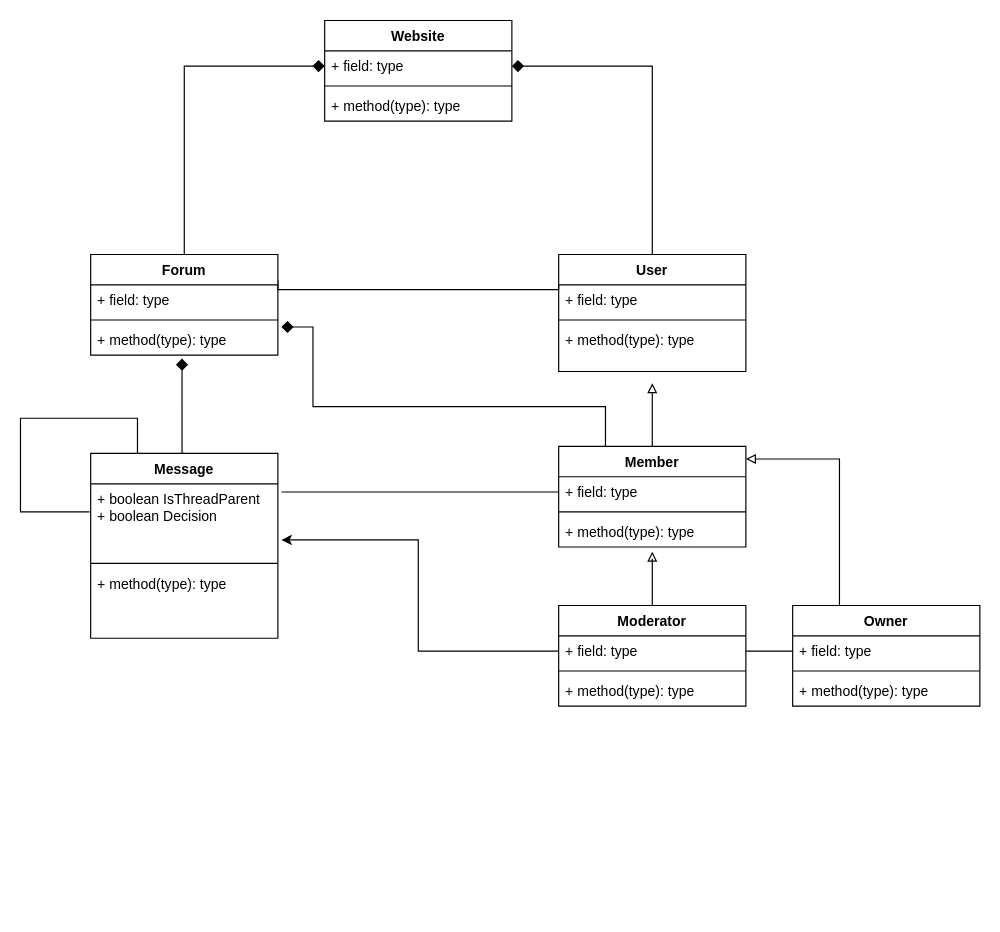
AlexSWoo/UML keeps this draw.io diagram as UML Forum Assignment.drawio. Above is the earlier version. Source tidied: cells renumbered, new cells numbered last; positions are measured from the earlier drawing's top-left corner, leaving out a move shared by most shapes. Both pictures are drawn from the tidied source at 117%, with x=0, y=0 at pixel (20, 20).
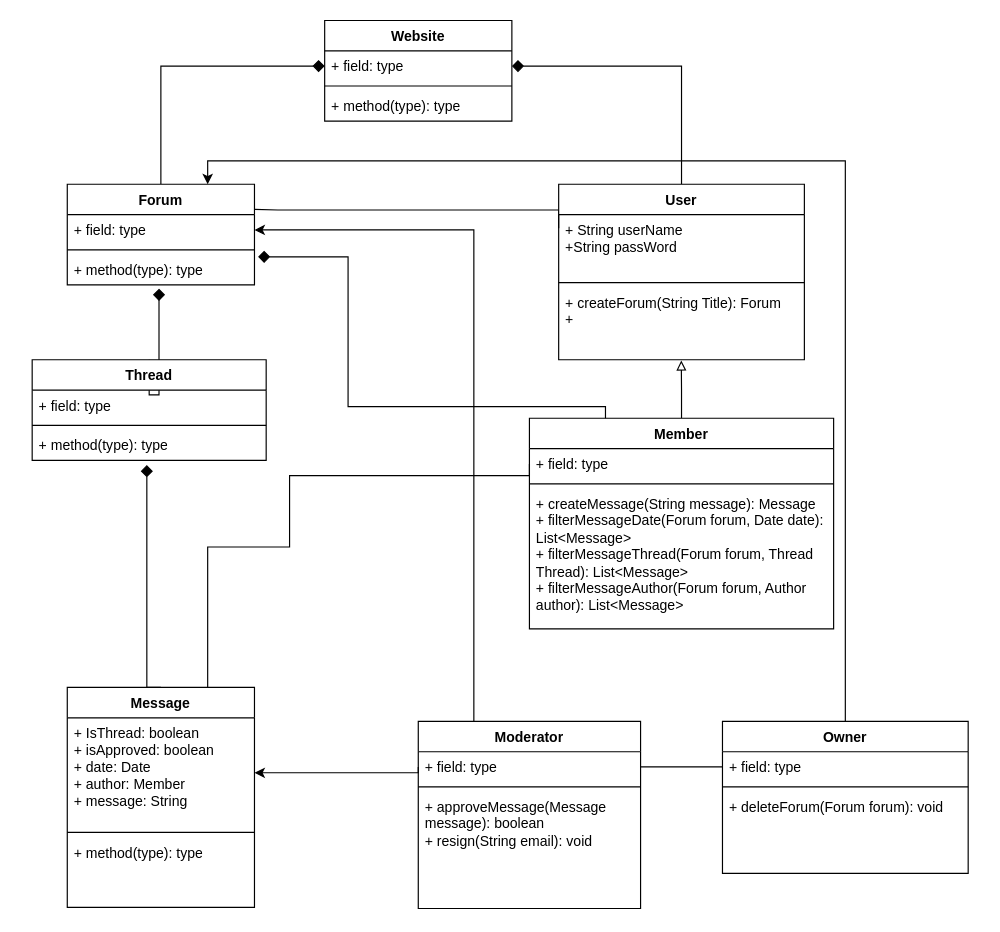
The same diagram, later.

Unchanged cells that the change refers to:
```xml
<mxCell id="27" value="+ field: type" style="text;strokeColor=none;fillColor=none;align=left;verticalAlign=top;spacingLeft=4;spacingRight=4;overflow=hidden;points=[[0,0.5],[1,0.5]];portConstraint=eastwest;whiteSpace=wrap;html=1;" parent="26" vertex="1">
  <mxGeometry y="26" width="160" height="26" as="geometry" />
</mxCell>
<mxCell id="29" value="+ method(type): type" style="text;strokeColor=none;fillColor=none;align=left;verticalAlign=top;spacingLeft=4;spacingRight=4;overflow=hidden;points=[[0,0.5],[1,0.5]];portConstraint=eastwest;whiteSpace=wrap;html=1;" parent="26" vertex="1">
  <mxGeometry y="60" width="160" height="26" as="geometry" />
</mxCell>
```

The edit, as a diff of the source:
```diff
@@
     <mxCell id="7" style="edgeStyle=orthogonalEdgeStyle;rounded=0;jettySize=auto;html=1;exitX=0;exitY=0.25;exitDx=0;exitDy=0;entryX=1;entryY=0.25;entryDx=0;entryDy=0;endArrow=none;endFill=0;" parent="1" edge="1" source="8" target="26">
       <mxGeometry relative="1" as="geometry">
         <Array as="points">
-          <mxPoint x="460" y="230" />
-          <mxPoint x="220" y="230" />
+          <mxPoint x="460" y="162" />
+          <mxPoint x="220" y="162" />
         </Array>
       </mxGeometry>
     </mxCell>
     <mxCell id="8" value="User" style="swimlane;fontStyle=1;align=center;verticalAlign=top;horizontal=1;startSize=26;whiteSpace=wrap;html=1;" parent="1" vertex="1">
-      <mxGeometry x="460" y="200" width="160" height="100" as="geometry" />
+      <mxGeometry x="460" y="140" width="210" height="150" as="geometry" />
     </mxCell>
-    <mxCell id="9" value="+ field: type" style="text;strokeColor=none;fillColor=none;align=left;verticalAlign=top;spacingLeft=4;spacingRight=4;overflow=hidden;whiteSpace=wrap;html=1;" parent="8" vertex="1">
-      <mxGeometry y="26" width="160" height="26" as="geometry" />
+    <mxCell id="9" value="+ String userName&lt;br&gt;+String passWord" style="text;strokeColor=none;fillColor=none;align=left;verticalAlign=top;spacingLeft=4;spacingRight=4;overflow=hidden;whiteSpace=wrap;html=1;" parent="8" vertex="1">
+      <mxGeometry y="26" width="210" height="54" as="geometry" />
     </mxCell>
     <mxCell id="10" style="line;strokeWidth=1;fillColor=none;align=left;verticalAlign=middle;spacingTop=-1;spacingLeft=3;spacingRight=3;labelPosition=right;strokeColor=inherit;" parent="8" vertex="1">
-      <mxGeometry y="52" width="160" height="8" as="geometry" />
+      <mxGeometry y="80" width="210" height="8" as="geometry" />
     </mxCell>
-    <mxCell id="11" value="+ method(type): type" style="text;strokeColor=none;fillColor=none;align=left;verticalAlign=top;spacingLeft=4;spacingRight=4;overflow=hidden;points=[[0,0.5],[1,0.5]];portConstraint=eastwest;whiteSpace=wrap;html=1;" parent="8" vertex="1">
-      <mxGeometry y="60" width="160" height="40" as="geometry" />
+    <mxCell id="11" value="+ createForum(String Title): Forum&lt;br&gt;+" style="text;strokeColor=none;fillColor=none;align=left;verticalAlign=top;spacingLeft=4;spacingRight=4;overflow=hidden;points=[[0,0.5],[1,0.5]];portConstraint=eastwest;whiteSpace=wrap;html=1;" parent="8" vertex="1">
+      <mxGeometry y="88" width="210" height="62" as="geometry" />
     </mxCell>
-    <mxCell id="12" style="edgeStyle=orthogonalEdgeStyle;rounded=0;jettySize=auto;html=1;exitX=0.5;exitY=0;exitDx=0;exitDy=0;endArrow=block;endFill=0;" parent="1" edge="1" source="13">
-      <mxGeometry relative="1" as="geometry">
-        <mxPoint x="540" y="310" as="targetPoint" />
-      </mxGeometry>
+    <mxCell id="12" style="edgeStyle=orthogonalEdgeStyle;rounded=0;jettySize=auto;html=1;exitX=0.5;exitY=0;exitDx=0;exitDy=0;endArrow=block;endFill=0;entryX=0.499;entryY=1.01;entryDx=0;entryDy=0;entryPerimeter=0;" parent="1" edge="1" source="13" target="11">
+      <mxGeometry relative="1" as="geometry" />
     </mxCell>
     <mxCell id="13" value="Member&lt;br&gt;" style="swimlane;fontStyle=1;align=center;verticalAlign=top;horizontal=1;startSize=26;whiteSpace=wrap;html=1;" parent="1" vertex="1">
-      <mxGeometry x="460" y="364" width="160" height="86" as="geometry" />
+      <mxGeometry x="435" y="340" width="260" height="180" as="geometry" />
     </mxCell>
     <mxCell id="14" value="+ field: type" style="text;strokeColor=none;fillColor=none;align=left;verticalAlign=top;spacingLeft=4;spacingRight=4;overflow=hidden;points=[[0,0.5],[1,0.5]];portConstraint=eastwest;whiteSpace=wrap;html=1;" parent="13" vertex="1">
-      <mxGeometry y="26" width="160" height="26" as="geometry" />
+      <mxGeometry y="26" width="260" height="26" as="geometry" />
     </mxCell>
     <mxCell id="15" style="line;strokeWidth=1;fillColor=none;align=left;verticalAlign=middle;spacingTop=-1;spacingLeft=3;spacingRight=3;labelPosition=right;strokeColor=inherit;" parent="13" vertex="1">
-      <mxGeometry y="52" width="160" height="8" as="geometry" />
+      <mxGeometry y="52" width="260" height="8" as="geometry" />
     </mxCell>
-    <mxCell id="16" value="+ method(type): type" style="text;strokeColor=none;fillColor=none;align=left;verticalAlign=top;spacingLeft=4;spacingRight=4;overflow=hidden;points=[[0,0.5],[1,0.5]];portConstraint=eastwest;whiteSpace=wrap;html=1;" parent="13" vertex="1">
-      <mxGeometry y="60" width="160" height="26" as="geometry" />
+    <mxCell id="16" value="+ createMessage(String message): Message&lt;br&gt;+ filterMessageDate(Forum forum, Date date): List&amp;lt;Message&amp;gt;&amp;nbsp;&lt;br&gt;+ filterMessageThread(Forum forum, Thread Thread): List&amp;lt;Message&amp;gt;&lt;br&gt;+ filterMessageAuthor(Forum forum, Author author): List&amp;lt;Message&amp;gt;&lt;br&gt;" style="text;strokeColor=none;fillColor=none;align=left;verticalAlign=top;spacingLeft=4;spacingRight=4;overflow=hidden;points=[[0,0.5],[1,0.5]];portConstraint=eastwest;whiteSpace=wrap;html=1;" parent="13" vertex="1">
+      <mxGeometry y="60" width="260" height="120" as="geometry" />
     </mxCell>
+    <mxCell id="42" style="edgeStyle=orthogonalEdgeStyle;rounded=0;jettySize=auto;html=1;exitX=0.5;exitY=0;exitDx=0;exitDy=0;entryX=0.75;entryY=0;entryDx=0;entryDy=0;verticalAlign=top;" parent="1" edge="1" source="17" target="26">
+      <mxGeometry relative="1" as="geometry" />
+    </mxCell>
     <mxCell id="17" value="Owner" style="swimlane;fontStyle=1;align=center;verticalAlign=top;horizontal=1;startSize=26;whiteSpace=wrap;html=1;" parent="1" vertex="1">
-      <mxGeometry x="660" y="500" width="160" height="86" as="geometry" />
+      <mxGeometry x="600" y="599" width="210" height="130" as="geometry" />
     </mxCell>
     <mxCell id="18" value="+ field: type" style="text;strokeColor=none;fillColor=none;align=left;verticalAlign=top;spacingLeft=4;spacingRight=4;overflow=hidden;points=[[0,0.5],[1,0.5]];portConstraint=eastwest;whiteSpace=wrap;html=1;" parent="17" vertex="1">
-      <mxGeometry y="26" width="160" height="26" as="geometry" />
+      <mxGeometry y="26" width="210" height="26" as="geometry" />
     </mxCell>
     <mxCell id="19" style="line;strokeWidth=1;fillColor=none;align=left;verticalAlign=middle;spacingTop=-1;spacingLeft=3;spacingRight=3;labelPosition=right;strokeColor=inherit;" parent="17" vertex="1">
-      <mxGeometry y="52" width="160" height="8" as="geometry" />
+      <mxGeometry y="52" width="210" height="8" as="geometry" />
     </mxCell>
-    <mxCell id="20" value="+ method(type): type" style="text;strokeColor=none;fillColor=none;align=left;verticalAlign=top;spacingLeft=4;spacingRight=4;overflow=hidden;whiteSpace=wrap;html=1;" parent="17" vertex="1">
-      <mxGeometry y="60" width="160" height="26" as="geometry" />
+    <mxCell id="20" value="+ deleteForum(Forum forum): void&lt;br&gt;" style="text;strokeColor=none;fillColor=none;align=left;verticalAlign=top;spacingLeft=4;spacingRight=4;overflow=hidden;whiteSpace=wrap;html=1;" parent="17" vertex="1">
+      <mxGeometry y="60" width="210" height="70" as="geometry" />
     </mxCell>
+    <mxCell id="43" style="edgeStyle=orthogonalEdgeStyle;rounded=0;jettySize=auto;html=1;exitX=0.25;exitY=0;exitDx=0;exitDy=0;entryX=1;entryY=0.5;entryDx=0;entryDy=0;" parent="1" edge="1" source="21" target="27">
+      <mxGeometry relative="1" as="geometry" />
+    </mxCell>
     <mxCell id="21" value="Moderator" style="swimlane;fontStyle=1;align=center;verticalAlign=top;horizontal=1;startSize=26;whiteSpace=wrap;html=1;" parent="1" vertex="1">
-      <mxGeometry x="460" y="500" width="160" height="86" as="geometry" />
+      <mxGeometry x="340" y="599" width="190" height="160" as="geometry" />
     </mxCell>
     <mxCell id="22" value="+ field: type" style="text;strokeColor=none;fillColor=none;align=left;verticalAlign=top;spacingLeft=4;spacingRight=4;overflow=hidden;points=[[0,0.5],[1,0.5]];portConstraint=eastwest;whiteSpace=wrap;html=1;" parent="21" vertex="1">
-      <mxGeometry y="26" width="160" height="26" as="geometry" />
+      <mxGeometry y="26" width="190" height="26" as="geometry" />
     </mxCell>
     <mxCell id="23" style="line;strokeWidth=1;fillColor=none;align=left;verticalAlign=middle;spacingTop=-1;spacingLeft=3;spacingRight=3;labelPosition=right;strokeColor=inherit;" parent="21" vertex="1">
-      <mxGeometry y="52" width="160" height="8" as="geometry" />
+      <mxGeometry y="52" width="190" height="8" as="geometry" />
     </mxCell>
-    <mxCell id="24" value="+ method(type): type" style="text;strokeColor=none;fillColor=none;align=left;verticalAlign=top;spacingLeft=4;spacingRight=4;overflow=hidden;whiteSpace=wrap;html=1;" parent="21" vertex="1">
-      <mxGeometry y="60" width="160" height="26" as="geometry" />
+    <mxCell id="24" value="+ approveMessage(Message message): boolean&lt;br&gt;+ resign(String email): void&lt;br&gt;" style="text;strokeColor=none;fillColor=none;align=left;verticalAlign=top;spacingLeft=4;spacingRight=4;overflow=hidden;whiteSpace=wrap;html=1;" parent="21" vertex="1">
+      <mxGeometry y="60" width="190" height="100" as="geometry" />
     </mxCell>
@@
     <mxCell id="26" value="Forum" style="swimlane;fontStyle=1;align=center;verticalAlign=top;horizontal=1;startSize=26;whiteSpace=wrap;html=1;" parent="1" vertex="1">
-      <mxGeometry x="60" y="200" width="160" height="86" as="geometry" />
+      <mxGeometry x="40" y="140" width="160" height="86" as="geometry" />
     </mxCell>
@@
     <mxCell id="30" value="Message" style="swimlane;fontStyle=1;align=center;verticalAlign=top;horizontal=1;startSize=26;whiteSpace=wrap;html=1;" parent="1" vertex="1">
-      <mxGeometry x="60" y="370" width="160" height="158" as="geometry" />
+      <mxGeometry x="40" y="570" width="160" height="188" as="geometry" />
     </mxCell>
-    <mxCell id="31" value="+ boolean IsThreadParent&lt;br&gt;+ boolean Decision" style="text;strokeColor=none;fillColor=none;align=left;verticalAlign=top;spacingLeft=4;spacingRight=4;overflow=hidden;points=[[0,0.5],[1,0.5]];portConstraint=eastwest;whiteSpace=wrap;html=1;" parent="30" vertex="1">
-      <mxGeometry y="26" width="160" height="64" as="geometry" />
+    <mxCell id="31" value="+ IsThread: boolean&lt;br&gt;+ isApproved: boolean&lt;br&gt;+ date: Date&lt;br&gt;+ author: Member&lt;br&gt;+ message: String" style="text;strokeColor=none;fillColor=none;align=left;verticalAlign=top;spacingLeft=4;spacingRight=4;overflow=hidden;points=[[0,0.5],[1,0.5]];portConstraint=eastwest;whiteSpace=wrap;html=1;" parent="30" vertex="1">
+      <mxGeometry y="26" width="160" height="94" as="geometry" />
     </mxCell>
     <mxCell id="32" style="line;strokeWidth=1;fillColor=none;align=left;verticalAlign=middle;spacingTop=-1;spacingLeft=3;spacingRight=3;labelPosition=right;strokeColor=inherit;" parent="30" vertex="1">
-      <mxGeometry y="90" width="160" height="8" as="geometry" />
+      <mxGeometry y="120" width="160" height="8" as="geometry" />
     </mxCell>
     <mxCell id="33" value="+ method(type): type" style="text;strokeColor=none;fillColor=none;align=left;verticalAlign=top;spacingLeft=4;spacingRight=4;overflow=hidden;whiteSpace=wrap;html=1;" parent="30" vertex="1">
-      <mxGeometry y="98" width="160" height="60" as="geometry" />
+      <mxGeometry y="128" width="160" height="60" as="geometry" />
     </mxCell>
-    <mxCell id="34" style="edgeStyle=orthogonalEdgeStyle;rounded=0;jettySize=auto;html=1;exitX=0.25;exitY=0;exitDx=0;exitDy=0;entryX=-0.006;entryY=0.375;entryDx=0;entryDy=0;entryPerimeter=0;endArrow=none;endFill=0;" parent="30" edge="1" source="30" target="31">
-      <mxGeometry relative="1" as="geometry">
-        <Array as="points">
-          <mxPoint x="40" y="-30" />
-          <mxPoint x="-60" y="-30" />
-          <mxPoint x="-60" y="50" />
-        </Array>
-      </mxGeometry>
-    </mxCell>
-    <mxCell id="35" style="edgeStyle=orthogonalEdgeStyle;rounded=0;jettySize=auto;html=1;exitX=0.5;exitY=0;exitDx=0;exitDy=0;entryX=0.488;entryY=1.115;entryDx=0;entryDy=0;entryPerimeter=0;endArrow=diamond;endFill=1;endSize=8;" parent="1" edge="1" source="30" target="29">
+    <mxCell id="35" style="edgeStyle=orthogonalEdgeStyle;rounded=0;jettySize=auto;html=1;exitX=0.5;exitY=0;exitDx=0;exitDy=0;endArrow=diamond;endFill=1;endSize=8;entryX=0.49;entryY=1.125;entryDx=0;entryDy=0;entryPerimeter=0;" parent="1" edge="1" source="45" target="29">
       <mxGeometry relative="1" as="geometry">
         <Array as="points">
-          <mxPoint x="138" y="370" />
+          <mxPoint x="118" y="320" />
         </Array>
       </mxGeometry>
     </mxCell>
-    <mxCell id="36" style="edgeStyle=orthogonalEdgeStyle;rounded=0;jettySize=auto;html=1;exitX=0.5;exitY=0;exitDx=0;exitDy=0;entryX=0.5;entryY=1.154;entryDx=0;entryDy=0;entryPerimeter=0;endArrow=block;endFill=0;" parent="1" edge="1" source="21" target="16">
-      <mxGeometry relative="1" as="geometry">
-        <Array as="points">
-          <mxPoint x="540" y="460" />
-          <mxPoint x="540" y="460" />
-        </Array>
-      </mxGeometry>
-    </mxCell>
-    <mxCell id="37" style="edgeStyle=orthogonalEdgeStyle;rounded=0;jettySize=auto;html=1;exitX=0;exitY=0.5;exitDx=0;exitDy=0;entryX=1.019;entryY=0.109;entryDx=0;entryDy=0;entryPerimeter=0;endArrow=none;endFill=0;" parent="1" edge="1" source="14" target="31">
-      <mxGeometry relative="1" as="geometry" />
-    </mxCell>
-    <mxCell id="38" style="edgeStyle=orthogonalEdgeStyle;rounded=0;jettySize=auto;html=1;exitX=0;exitY=0.5;exitDx=0;exitDy=0;entryX=1.019;entryY=0.75;entryDx=0;entryDy=0;entryPerimeter=0;" parent="1" edge="1" source="22" target="31">
-      <mxGeometry relative="1" as="geometry" />
-    </mxCell>
     <mxCell id="39" style="edgeStyle=orthogonalEdgeStyle;rounded=0;jettySize=auto;html=1;exitX=0.25;exitY=0;exitDx=0;exitDy=0;entryX=1.019;entryY=0.077;entryDx=0;entryDy=0;entryPerimeter=0;endArrow=diamond;endFill=1;endSize=8;" parent="1" edge="1" source="13" target="29">
       <mxGeometry relative="1" as="geometry">
         <Array as="points">
           <mxPoint x="500" y="330" />
-          <mxPoint x="250" y="330" />
-          <mxPoint x="250" y="262" />
+          <mxPoint x="280" y="330" />
+          <mxPoint x="280" y="202" />
         </Array>
       </mxGeometry>
     </mxCell>
@@
-    <mxCell id="41" style="edgeStyle=orthogonalEdgeStyle;rounded=0;jettySize=auto;html=1;exitX=0.25;exitY=0;exitDx=0;exitDy=0;entryX=1;entryY=0.126;entryDx=0;entryDy=0;entryPerimeter=0;endArrow=block;endFill=0;" parent="1" edge="1" source="17" target="13">
-      <mxGeometry relative="1" as="geometry" />
-    </mxCell>
+    <mxCell id="44" style="edgeStyle=orthogonalEdgeStyle;rounded=0;jettySize=auto;html=1;exitX=0.5;exitY=0;exitDx=0;exitDy=0;endArrow=diamond;endFill=1;endSize=8;" parent="1" edge="1" source="30">
+      <mxGeometry relative="1" as="geometry">
+        <mxPoint x="108" y="380" as="targetPoint" />
+        <Array as="points">
+          <mxPoint x="108" y="570" />
+        </Array>
+      </mxGeometry>
+    </mxCell>
+    <mxCell id="45" value="Thread" style="swimlane;fontStyle=1;align=center;verticalAlign=top;horizontal=1;startSize=26;whiteSpace=wrap;html=1;" parent="1" vertex="1">
+      <mxGeometry x="10" y="290" width="200" height="86" as="geometry" />
+    </mxCell>
+    <mxCell id="46" value="+ field: type" style="text;strokeColor=none;fillColor=none;align=left;verticalAlign=top;spacingLeft=4;spacingRight=4;overflow=hidden;whiteSpace=wrap;html=1;" parent="45" vertex="1">
+      <mxGeometry y="26" width="200" height="26" as="geometry" />
+    </mxCell>
+    <mxCell id="47" style="line;strokeWidth=1;fillColor=none;align=left;verticalAlign=middle;spacingTop=-1;spacingLeft=3;spacingRight=3;labelPosition=right;strokeColor=inherit;" parent="45" vertex="1">
+      <mxGeometry y="52" width="200" height="8" as="geometry" />
+    </mxCell>
+    <mxCell id="48" value="+ method(type): type" style="text;strokeColor=none;fillColor=none;align=left;verticalAlign=top;spacingLeft=4;spacingRight=4;overflow=hidden;whiteSpace=wrap;html=1;" parent="45" vertex="1">
+      <mxGeometry y="60" width="200" height="26" as="geometry" />
+    </mxCell>
+    <mxCell id="49" style="edgeStyle=orthogonalEdgeStyle;rounded=0;jettySize=auto;html=1;exitX=0;exitY=0.5;exitDx=0;exitDy=0;entryX=0.75;entryY=0;entryDx=0;entryDy=0;endArrow=none;endFill=0;" parent="1" edge="1" source="14" target="30">
+      <mxGeometry relative="1" as="geometry">
+        <Array as="points">
+          <mxPoint x="230" y="389" />
+          <mxPoint x="230" y="450" />
+          <mxPoint x="160" y="450" />
+        </Array>
+      </mxGeometry>
+    </mxCell>
+    <mxCell id="38" style="edgeStyle=orthogonalEdgeStyle;rounded=0;jettySize=auto;html=1;exitX=0;exitY=0.5;exitDx=0;exitDy=0;entryX=1;entryY=0.5;entryDx=0;entryDy=0;" parent="1" edge="1" source="22" target="31">
+      <mxGeometry relative="1" as="geometry">
+        <Array as="points">
+          <mxPoint x="340" y="643" />
+        </Array>
+      </mxGeometry>
+    </mxCell>
```
